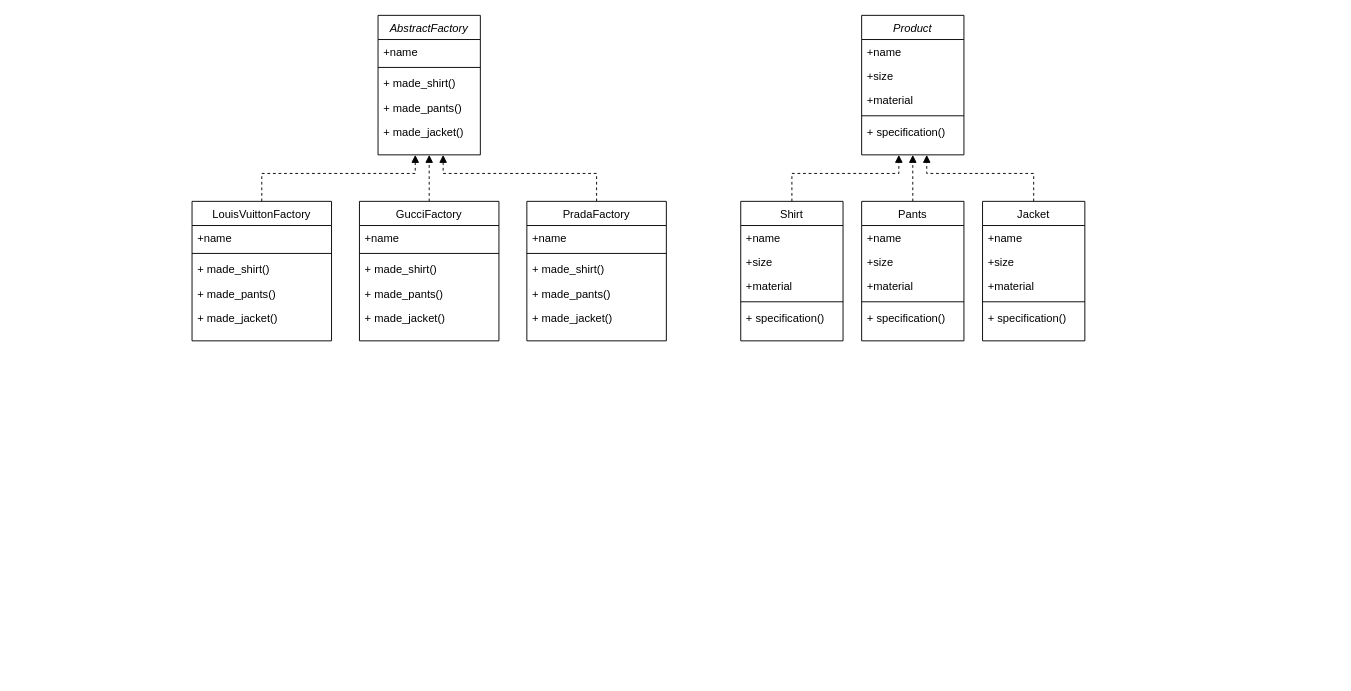
The draw.io diagram abstract_factory_UML.drawio in cookArehere/patterns, before the edit. Source tidied: cells renumbered, new cells numbered last; positions are measured from the earlier drawing's top-left corner, leaving out a move shared by most shapes. Both pictures are drawn from the tidied source at 93%, with x=0, y=0 at pixel (192, 15).
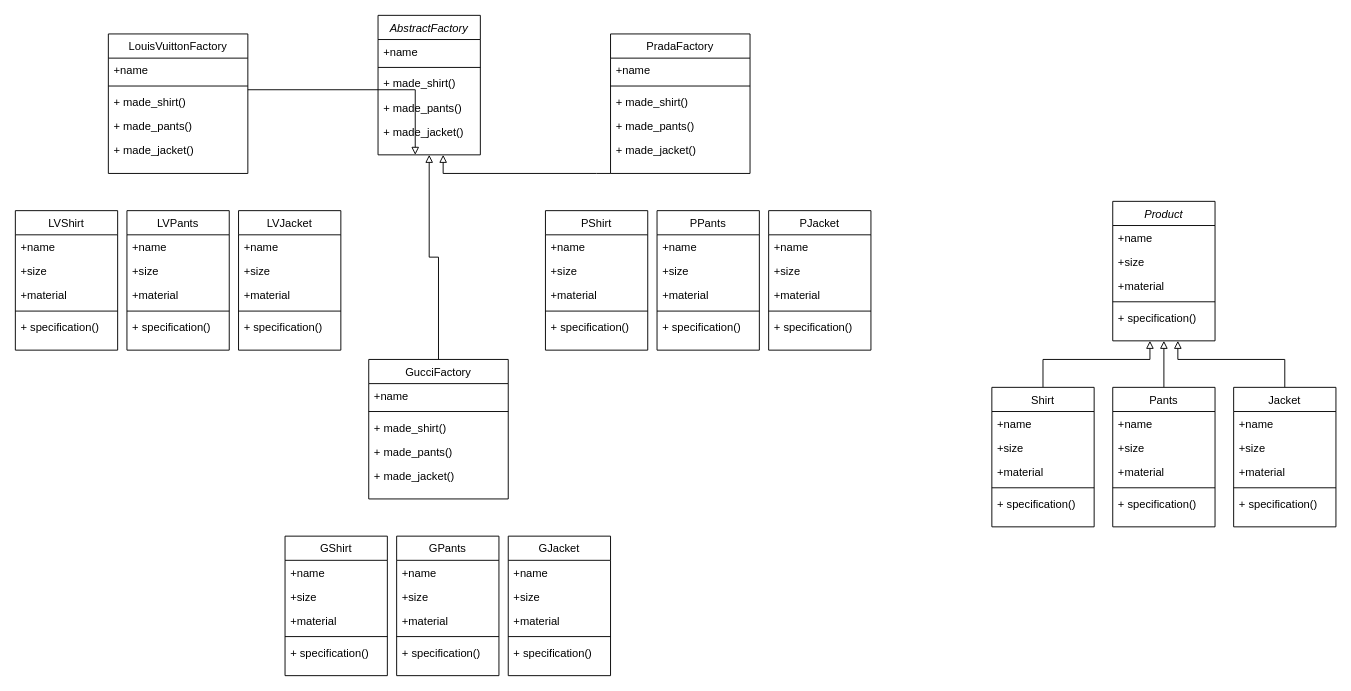
The same diagram, later.

The change refers to these unchanged cells:
```xml
<mxCell id="2" value="AbstractFactory" style="swimlane;fontStyle=2;align=center;verticalAlign=top;horizontal=1;startSize=26;rounded=0;shadow=0;strokeWidth=1;" parent="1" vertex="1">
  <mxGeometry x="200" width="110" height="150" as="geometry" />
</mxCell>
```

Change to the diagram source:
```diff
@@
     <mxCell id="8" value="Product" style="swimlane;fontStyle=2;align=center;verticalAlign=top;horizontal=1;startSize=26;rounded=0;shadow=0;strokeWidth=1;" parent="1" vertex="1">
-      <mxGeometry x="720" width="110" height="150" as="geometry" />
+      <mxGeometry x="990" y="200" width="110" height="150" as="geometry" />
     </mxCell>
@@
-    <mxCell id="14" style="edgeStyle=orthogonalEdgeStyle;rounded=0;jettySize=auto;html=1;endArrow=block;endFill=1;dashed=1;" parent="1" edge="1" source="15">
+    <mxCell id="14" style="edgeStyle=orthogonalEdgeStyle;rounded=0;jettySize=auto;html=1;endArrow=block;endFill=0;" parent="1" edge="1" source="15">
       <mxGeometry relative="1" as="geometry">
-        <mxPoint x="760" y="150" as="targetPoint" />
+        <mxPoint x="1030" y="350" as="targetPoint" />
         <Array as="points">
-          <mxPoint x="645" y="170" />
-          <mxPoint x="760" y="170" />
-          <mxPoint x="760" y="150" />
+          <mxPoint x="915" y="370" />
+          <mxPoint x="1030" y="370" />
+          <mxPoint x="1030" y="350" />
         </Array>
       </mxGeometry>
     </mxCell>
     <mxCell id="15" value="Shirt" style="swimlane;fontStyle=0;align=center;verticalAlign=top;horizontal=1;startSize=26;rounded=0;shadow=0;strokeWidth=1;" parent="1" vertex="1">
-      <mxGeometry x="590" y="200" width="110" height="150" as="geometry" />
+      <mxGeometry x="860" y="400" width="110" height="150" as="geometry" />
     </mxCell>
@@
-    <mxCell id="21" style="edgeStyle=orthogonalEdgeStyle;rounded=0;jettySize=auto;html=1;endArrow=block;endFill=1;entryX=0.5;entryY=1;entryDx=0;entryDy=0;dashed=1;" parent="1" edge="1" source="22" target="8">
+    <mxCell id="21" style="edgeStyle=orthogonalEdgeStyle;rounded=0;jettySize=auto;html=1;endArrow=block;endFill=0;entryX=0.5;entryY=1;entryDx=0;entryDy=0;" parent="1" edge="1" source="22" target="8">
       <mxGeometry relative="1" as="geometry" />
     </mxCell>
     <mxCell id="22" value="Pants" style="swimlane;fontStyle=0;align=center;verticalAlign=top;horizontal=1;startSize=26;rounded=0;shadow=0;strokeWidth=1;" parent="1" vertex="1">
-      <mxGeometry x="720" y="200" width="110" height="150" as="geometry" />
+      <mxGeometry x="990" y="400" width="110" height="150" as="geometry" />
     </mxCell>
@@
-    <mxCell id="28" style="edgeStyle=orthogonalEdgeStyle;rounded=0;jettySize=auto;html=1;endArrow=block;endFill=1;dashed=1;" parent="1" edge="1" source="29">
+    <mxCell id="28" style="edgeStyle=orthogonalEdgeStyle;rounded=0;jettySize=auto;html=1;endArrow=block;endFill=0;" parent="1" edge="1" source="29">
       <mxGeometry relative="1" as="geometry">
-        <mxPoint x="790" y="150" as="targetPoint" />
+        <mxPoint x="1060" y="350" as="targetPoint" />
         <Array as="points">
-          <mxPoint x="905" y="170" />
-          <mxPoint x="790" y="170" />
+          <mxPoint x="1175" y="370" />
+          <mxPoint x="1060" y="370" />
         </Array>
       </mxGeometry>
     </mxCell>
     <mxCell id="29" value="Jacket" style="swimlane;fontStyle=0;align=center;verticalAlign=top;horizontal=1;startSize=26;rounded=0;shadow=0;strokeWidth=1;" parent="1" vertex="1">
-      <mxGeometry x="850" y="200" width="110" height="150" as="geometry" />
+      <mxGeometry x="1120" y="400" width="110" height="150" as="geometry" />
     </mxCell>
@@
-    <mxCell id="35" style="edgeStyle=orthogonalEdgeStyle;rounded=0;jettySize=auto;html=1;dashed=1;endArrow=block;endFill=1;" parent="1" edge="1" source="36">
+    <mxCell id="35" style="edgeStyle=orthogonalEdgeStyle;rounded=0;jettySize=auto;html=1;endArrow=block;endFill=0;" parent="1" edge="1" source="36">
       <mxGeometry relative="1" as="geometry">
         <mxPoint x="240" y="150" as="targetPoint" />
         <Array as="points">
-          <mxPoint x="75" y="170" />
-          <mxPoint x="240" y="170" />
+          <mxPoint x="240" y="80" />
         </Array>
       </mxGeometry>
     </mxCell>
     <mxCell id="36" value="LouisVuittonFactory" style="swimlane;fontStyle=0;align=center;verticalAlign=top;horizontal=1;startSize=26;rounded=0;shadow=0;strokeWidth=1;" parent="1" vertex="1">
-      <mxGeometry y="200" width="150" height="150" as="geometry" />
+      <mxGeometry x="-90" y="20" width="150" height="150" as="geometry" />
     </mxCell>
@@
-    <mxCell id="42" style="edgeStyle=orthogonalEdgeStyle;rounded=0;jettySize=auto;html=1;entryX=0.5;entryY=1;entryDx=0;entryDy=0;dashed=1;endArrow=block;endFill=1;" parent="1" edge="1" source="43" target="2">
+    <mxCell id="42" style="edgeStyle=orthogonalEdgeStyle;rounded=0;jettySize=auto;html=1;entryX=0.5;entryY=1;entryDx=0;entryDy=0;endArrow=block;endFill=0;" parent="1" edge="1" source="43" target="2">
       <mxGeometry relative="1" as="geometry" />
     </mxCell>
     <mxCell id="43" value="GucciFactory" style="swimlane;fontStyle=0;align=center;verticalAlign=top;horizontal=1;startSize=26;rounded=0;shadow=0;strokeWidth=1;" parent="1" vertex="1">
-      <mxGeometry x="180" y="200" width="150" height="150" as="geometry" />
+      <mxGeometry x="190" y="370" width="150" height="150" as="geometry" />
     </mxCell>
@@
-    <mxCell id="49" style="edgeStyle=orthogonalEdgeStyle;rounded=0;jettySize=auto;html=1;dashed=1;endArrow=block;endFill=1;" parent="1" edge="1" source="50">
+    <mxCell id="49" style="edgeStyle=orthogonalEdgeStyle;rounded=0;jettySize=auto;html=1;endArrow=block;endFill=0;" parent="1" edge="1" source="50">
       <mxGeometry relative="1" as="geometry">
         <mxPoint x="270" y="150" as="targetPoint" />
         <Array as="points">
           <mxPoint x="435" y="170" />
           <mxPoint x="270" y="170" />
         </Array>
       </mxGeometry>
     </mxCell>
     <mxCell id="50" value="PradaFactory" style="swimlane;fontStyle=0;align=center;verticalAlign=top;horizontal=1;startSize=26;rounded=0;shadow=0;strokeWidth=1;" parent="1" vertex="1">
-      <mxGeometry x="360" y="200" width="150" height="150" as="geometry" />
+      <mxGeometry x="450" y="20" width="150" height="150" as="geometry" />
     </mxCell>
@@
+    <mxCell id="56" value="LVShirt" style="swimlane;fontStyle=0;align=center;verticalAlign=top;horizontal=1;startSize=26;rounded=0;shadow=0;strokeWidth=1;" parent="1" vertex="1">
+      <mxGeometry x="-190" y="210" width="110" height="150" as="geometry" />
+    </mxCell>
+    <mxCell id="57" value="+name" style="text;align=left;verticalAlign=top;spacingLeft=4;spacingRight=4;overflow=hidden;" parent="56" vertex="1">
+      <mxGeometry y="26" width="110" height="26" as="geometry" />
+    </mxCell>
+    <mxCell id="58" value="+size" style="text;align=left;verticalAlign=top;spacingLeft=4;spacingRight=4;overflow=hidden;" parent="56" vertex="1">
+      <mxGeometry y="52" width="110" height="26" as="geometry" />
+    </mxCell>
+    <mxCell id="59" value="+material" style="text;align=left;verticalAlign=top;spacingLeft=4;spacingRight=4;overflow=hidden;" parent="56" vertex="1">
+      <mxGeometry y="78" width="110" height="26" as="geometry" />
+    </mxCell>
+    <mxCell id="60" style="line;html=1;strokeWidth=1;align=left;verticalAlign=middle;spacingTop=-1;spacingLeft=3;spacingRight=3;labelPosition=right;" parent="56" vertex="1">
+      <mxGeometry y="104" width="110" height="8" as="geometry" />
+    </mxCell>
+    <mxCell id="61" value="+ specification()" style="text;align=left;verticalAlign=top;spacingLeft=4;spacingRight=4;overflow=hidden;" parent="56" vertex="1">
+      <mxGeometry y="112" width="110" height="26" as="geometry" />
+    </mxCell>
+    <mxCell id="62" value="LVPants" style="swimlane;fontStyle=0;align=center;verticalAlign=top;horizontal=1;startSize=26;rounded=0;shadow=0;strokeWidth=1;" parent="1" vertex="1">
+      <mxGeometry x="-70" y="210" width="110" height="150" as="geometry" />
+    </mxCell>
+    <mxCell id="63" value="+name" style="text;align=left;verticalAlign=top;spacingLeft=4;spacingRight=4;overflow=hidden;" parent="62" vertex="1">
+      <mxGeometry y="26" width="110" height="26" as="geometry" />
+    </mxCell>
+    <mxCell id="64" value="+size" style="text;align=left;verticalAlign=top;spacingLeft=4;spacingRight=4;overflow=hidden;" parent="62" vertex="1">
+      <mxGeometry y="52" width="110" height="26" as="geometry" />
+    </mxCell>
+    <mxCell id="65" value="+material" style="text;align=left;verticalAlign=top;spacingLeft=4;spacingRight=4;overflow=hidden;" parent="62" vertex="1">
+      <mxGeometry y="78" width="110" height="26" as="geometry" />
+    </mxCell>
+    <mxCell id="66" style="line;html=1;strokeWidth=1;align=left;verticalAlign=middle;spacingTop=-1;spacingLeft=3;spacingRight=3;labelPosition=right;" parent="62" vertex="1">
+      <mxGeometry y="104" width="110" height="8" as="geometry" />
+    </mxCell>
+    <mxCell id="67" value="+ specification()" style="text;align=left;verticalAlign=top;spacingLeft=4;spacingRight=4;overflow=hidden;" parent="62" vertex="1">
+      <mxGeometry y="112" width="110" height="26" as="geometry" />
+    </mxCell>
+    <mxCell id="68" value="LVJacket" style="swimlane;fontStyle=0;align=center;verticalAlign=top;horizontal=1;startSize=26;rounded=0;shadow=0;strokeWidth=1;" parent="1" vertex="1">
+      <mxGeometry x="50" y="210" width="110" height="150" as="geometry" />
+    </mxCell>
+    <mxCell id="69" value="+name" style="text;align=left;verticalAlign=top;spacingLeft=4;spacingRight=4;overflow=hidden;" parent="68" vertex="1">
+      <mxGeometry y="26" width="110" height="26" as="geometry" />
+    </mxCell>
+    <mxCell id="70" value="+size" style="text;align=left;verticalAlign=top;spacingLeft=4;spacingRight=4;overflow=hidden;" parent="68" vertex="1">
+      <mxGeometry y="52" width="110" height="26" as="geometry" />
+    </mxCell>
+    <mxCell id="71" value="+material" style="text;align=left;verticalAlign=top;spacingLeft=4;spacingRight=4;overflow=hidden;" parent="68" vertex="1">
+      <mxGeometry y="78" width="110" height="26" as="geometry" />
+    </mxCell>
+    <mxCell id="72" style="line;html=1;strokeWidth=1;align=left;verticalAlign=middle;spacingTop=-1;spacingLeft=3;spacingRight=3;labelPosition=right;" parent="68" vertex="1">
+      <mxGeometry y="104" width="110" height="8" as="geometry" />
+    </mxCell>
+    <mxCell id="73" value="+ specification()" style="text;align=left;verticalAlign=top;spacingLeft=4;spacingRight=4;overflow=hidden;" parent="68" vertex="1">
+      <mxGeometry y="112" width="110" height="26" as="geometry" />
+    </mxCell>
+    <mxCell id="74" value="GShirt" style="swimlane;fontStyle=0;align=center;verticalAlign=top;horizontal=1;startSize=26;rounded=0;shadow=0;strokeWidth=1;" parent="1" vertex="1">
+      <mxGeometry x="100" y="560" width="110" height="150" as="geometry" />
+    </mxCell>
+    <mxCell id="75" value="+name" style="text;align=left;verticalAlign=top;spacingLeft=4;spacingRight=4;overflow=hidden;" parent="74" vertex="1">
+      <mxGeometry y="26" width="110" height="26" as="geometry" />
+    </mxCell>
+    <mxCell id="76" value="+size" style="text;align=left;verticalAlign=top;spacingLeft=4;spacingRight=4;overflow=hidden;" parent="74" vertex="1">
+      <mxGeometry y="52" width="110" height="26" as="geometry" />
+    </mxCell>
+    <mxCell id="77" value="+material" style="text;align=left;verticalAlign=top;spacingLeft=4;spacingRight=4;overflow=hidden;" parent="74" vertex="1">
+      <mxGeometry y="78" width="110" height="26" as="geometry" />
+    </mxCell>
+    <mxCell id="78" style="line;html=1;strokeWidth=1;align=left;verticalAlign=middle;spacingTop=-1;spacingLeft=3;spacingRight=3;labelPosition=right;" parent="74" vertex="1">
+      <mxGeometry y="104" width="110" height="8" as="geometry" />
+    </mxCell>
+    <mxCell id="79" value="+ specification()" style="text;align=left;verticalAlign=top;spacingLeft=4;spacingRight=4;overflow=hidden;" parent="74" vertex="1">
+      <mxGeometry y="112" width="110" height="26" as="geometry" />
+    </mxCell>
+    <mxCell id="80" value="GPants" style="swimlane;fontStyle=0;align=center;verticalAlign=top;horizontal=1;startSize=26;rounded=0;shadow=0;strokeWidth=1;" parent="1" vertex="1">
+      <mxGeometry x="220" y="560" width="110" height="150" as="geometry" />
+    </mxCell>
+    <mxCell id="81" value="+name" style="text;align=left;verticalAlign=top;spacingLeft=4;spacingRight=4;overflow=hidden;" parent="80" vertex="1">
+      <mxGeometry y="26" width="110" height="26" as="geometry" />
+    </mxCell>
+    <mxCell id="82" value="+size" style="text;align=left;verticalAlign=top;spacingLeft=4;spacingRight=4;overflow=hidden;" parent="80" vertex="1">
+      <mxGeometry y="52" width="110" height="26" as="geometry" />
+    </mxCell>
+    <mxCell id="83" value="+material" style="text;align=left;verticalAlign=top;spacingLeft=4;spacingRight=4;overflow=hidden;" parent="80" vertex="1">
+      <mxGeometry y="78" width="110" height="26" as="geometry" />
+    </mxCell>
+    <mxCell id="84" style="line;html=1;strokeWidth=1;align=left;verticalAlign=middle;spacingTop=-1;spacingLeft=3;spacingRight=3;labelPosition=right;" parent="80" vertex="1">
+      <mxGeometry y="104" width="110" height="8" as="geometry" />
+    </mxCell>
+    <mxCell id="85" value="+ specification()" style="text;align=left;verticalAlign=top;spacingLeft=4;spacingRight=4;overflow=hidden;" parent="80" vertex="1">
+      <mxGeometry y="112" width="110" height="26" as="geometry" />
+    </mxCell>
+    <mxCell id="86" value="GJacket" style="swimlane;fontStyle=0;align=center;verticalAlign=top;horizontal=1;startSize=26;rounded=0;shadow=0;strokeWidth=1;" parent="1" vertex="1">
+      <mxGeometry x="340" y="560" width="110" height="150" as="geometry" />
+    </mxCell>
+    <mxCell id="87" value="+name" style="text;align=left;verticalAlign=top;spacingLeft=4;spacingRight=4;overflow=hidden;" parent="86" vertex="1">
+      <mxGeometry y="26" width="110" height="26" as="geometry" />
+    </mxCell>
+    <mxCell id="88" value="+size" style="text;align=left;verticalAlign=top;spacingLeft=4;spacingRight=4;overflow=hidden;" parent="86" vertex="1">
+      <mxGeometry y="52" width="110" height="26" as="geometry" />
+    </mxCell>
+    <mxCell id="89" value="+material" style="text;align=left;verticalAlign=top;spacingLeft=4;spacingRight=4;overflow=hidden;" parent="86" vertex="1">
+      <mxGeometry y="78" width="110" height="26" as="geometry" />
+    </mxCell>
+    <mxCell id="90" style="line;html=1;strokeWidth=1;align=left;verticalAlign=middle;spacingTop=-1;spacingLeft=3;spacingRight=3;labelPosition=right;" parent="86" vertex="1">
+      <mxGeometry y="104" width="110" height="8" as="geometry" />
+    </mxCell>
+    <mxCell id="91" value="+ specification()" style="text;align=left;verticalAlign=top;spacingLeft=4;spacingRight=4;overflow=hidden;" parent="86" vertex="1">
+      <mxGeometry y="112" width="110" height="26" as="geometry" />
+    </mxCell>
+    <mxCell id="92" value="PShirt" style="swimlane;fontStyle=0;align=center;verticalAlign=top;horizontal=1;startSize=26;rounded=0;shadow=0;strokeWidth=1;" parent="1" vertex="1">
+      <mxGeometry x="380" y="210" width="110" height="150" as="geometry" />
+    </mxCell>
+    <mxCell id="93" value="+name" style="text;align=left;verticalAlign=top;spacingLeft=4;spacingRight=4;overflow=hidden;" parent="92" vertex="1">
+      <mxGeometry y="26" width="110" height="26" as="geometry" />
+    </mxCell>
+    <mxCell id="94" value="+size" style="text;align=left;verticalAlign=top;spacingLeft=4;spacingRight=4;overflow=hidden;" parent="92" vertex="1">
+      <mxGeometry y="52" width="110" height="26" as="geometry" />
+    </mxCell>
+    <mxCell id="95" value="+material" style="text;align=left;verticalAlign=top;spacingLeft=4;spacingRight=4;overflow=hidden;" parent="92" vertex="1">
+      <mxGeometry y="78" width="110" height="26" as="geometry" />
+    </mxCell>
+    <mxCell id="96" style="line;html=1;strokeWidth=1;align=left;verticalAlign=middle;spacingTop=-1;spacingLeft=3;spacingRight=3;labelPosition=right;" parent="92" vertex="1">
+      <mxGeometry y="104" width="110" height="8" as="geometry" />
+    </mxCell>
+    <mxCell id="97" value="+ specification()" style="text;align=left;verticalAlign=top;spacingLeft=4;spacingRight=4;overflow=hidden;" parent="92" vertex="1">
+      <mxGeometry y="112" width="110" height="26" as="geometry" />
+    </mxCell>
+    <mxCell id="98" value="PPants" style="swimlane;fontStyle=0;align=center;verticalAlign=top;horizontal=1;startSize=26;rounded=0;shadow=0;strokeWidth=1;" parent="1" vertex="1">
+      <mxGeometry x="500" y="210" width="110" height="150" as="geometry" />
+    </mxCell>
+    <mxCell id="99" value="+name" style="text;align=left;verticalAlign=top;spacingLeft=4;spacingRight=4;overflow=hidden;" parent="98" vertex="1">
+      <mxGeometry y="26" width="110" height="26" as="geometry" />
+    </mxCell>
+    <mxCell id="100" value="+size" style="text;align=left;verticalAlign=top;spacingLeft=4;spacingRight=4;overflow=hidden;" parent="98" vertex="1">
+      <mxGeometry y="52" width="110" height="26" as="geometry" />
+    </mxCell>
+    <mxCell id="101" value="+material" style="text;align=left;verticalAlign=top;spacingLeft=4;spacingRight=4;overflow=hidden;" parent="98" vertex="1">
+      <mxGeometry y="78" width="110" height="26" as="geometry" />
+    </mxCell>
+    <mxCell id="102" style="line;html=1;strokeWidth=1;align=left;verticalAlign=middle;spacingTop=-1;spacingLeft=3;spacingRight=3;labelPosition=right;" parent="98" vertex="1">
+      <mxGeometry y="104" width="110" height="8" as="geometry" />
+    </mxCell>
+    <mxCell id="103" value="+ specification()" style="text;align=left;verticalAlign=top;spacingLeft=4;spacingRight=4;overflow=hidden;" parent="98" vertex="1">
+      <mxGeometry y="112" width="110" height="26" as="geometry" />
+    </mxCell>
+    <mxCell id="104" value="PJacket" style="swimlane;fontStyle=0;align=center;verticalAlign=top;horizontal=1;startSize=26;rounded=0;shadow=0;strokeWidth=1;" parent="1" vertex="1">
+      <mxGeometry x="620" y="210" width="110" height="150" as="geometry" />
+    </mxCell>
+    <mxCell id="105" value="+name" style="text;align=left;verticalAlign=top;spacingLeft=4;spacingRight=4;overflow=hidden;" parent="104" vertex="1">
+      <mxGeometry y="26" width="110" height="26" as="geometry" />
+    </mxCell>
+    <mxCell id="106" value="+size" style="text;align=left;verticalAlign=top;spacingLeft=4;spacingRight=4;overflow=hidden;" parent="104" vertex="1">
+      <mxGeometry y="52" width="110" height="26" as="geometry" />
+    </mxCell>
+    <mxCell id="107" value="+material" style="text;align=left;verticalAlign=top;spacingLeft=4;spacingRight=4;overflow=hidden;" parent="104" vertex="1">
+      <mxGeometry y="78" width="110" height="26" as="geometry" />
+    </mxCell>
+    <mxCell id="108" style="line;html=1;strokeWidth=1;align=left;verticalAlign=middle;spacingTop=-1;spacingLeft=3;spacingRight=3;labelPosition=right;" parent="104" vertex="1">
+      <mxGeometry y="104" width="110" height="8" as="geometry" />
+    </mxCell>
+    <mxCell id="109" value="+ specification()" style="text;align=left;verticalAlign=top;spacingLeft=4;spacingRight=4;overflow=hidden;" parent="104" vertex="1">
+      <mxGeometry y="112" width="110" height="26" as="geometry" />
+    </mxCell>
```
